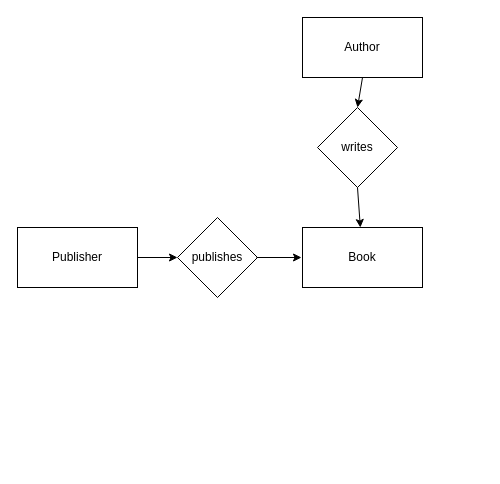
Earlier version of the draw.io diagram page "DB" (2 of 2) of resources/forgottenchapters.drawio (emilykbrown/forbidden-chapters). Source tidied: cells renumbered, new cells numbered last; positions are measured from the earlier drawing's top-left corner, leaving out a move shared by most shapes. Both pictures are drawn from the tidied source at 100%, with x=0, y=0 at pixel (17, 17).
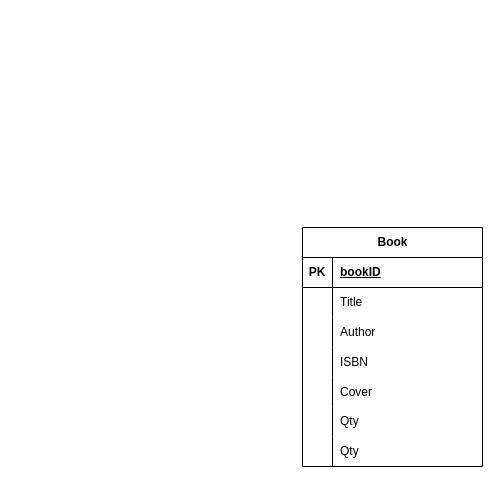
After the change.

What changed in the source:
```diff
@@
-    <mxCell id="2" value="Book" style="whiteSpace=wrap;html=1;" parent="1" vertex="1">
-      <mxGeometry x="285" y="210" width="120" height="60" as="geometry" />
+    <mxCell id="2" value="Book" style="shape=table;startSize=30;childLayout=tableLayout;rowLines=0;fontStyle=1;align=center;html=1;" parent="1" vertex="1">
+      <mxGeometry x="285" y="210" width="180" height="239" as="geometry" />
     </mxCell>
-    <mxCell id="3" value="&lt;div&gt;writes&lt;/div&gt;" style="rhombus;whiteSpace=wrap;html=1;" parent="1" vertex="1">
-      <mxGeometry x="300" y="90" width="80" height="80" as="geometry" />
-    </mxCell>
+    <mxCell id="11" style="shape=tableRow;horizontal=0;startSize=0;swimlaneHead=0;swimlaneBody=0;fillColor=none;top=0;left=0;right=0;bottom=1;" parent="2" vertex="1">
+      <mxGeometry y="30" width="180" height="30" as="geometry" />
+    </mxCell>
+    <mxCell id="12" value="PK" style="shape=partialRectangle;fillColor=none;top=0;left=0;bottom=0;right=0;fontStyle=1;overflow=hidden;whiteSpace=wrap;html=1;" parent="11" vertex="1">
+      <mxGeometry width="30" height="30" as="geometry" />
+    </mxCell>
+    <mxCell id="13" value="bookID" style="shape=partialRectangle;fillColor=none;top=0;left=0;bottom=0;right=0;align=left;spacingLeft=6;fontStyle=5;overflow=hidden;whiteSpace=wrap;html=1;" parent="11" vertex="1">
+      <mxGeometry x="30" width="150" height="30" as="geometry" />
+    </mxCell>
+    <mxCell id="14" style="shape=tableRow;horizontal=0;startSize=0;swimlaneHead=0;swimlaneBody=0;fillColor=none;top=0;left=0;right=0;bottom=0;" parent="2" vertex="1">
+      <mxGeometry y="60" width="180" height="30" as="geometry" />
+    </mxCell>
+    <mxCell id="15" style="shape=partialRectangle;fillColor=none;top=0;left=0;bottom=0;right=0;overflow=hidden;whiteSpace=wrap;html=1;" parent="14" vertex="1">
+      <mxGeometry width="30" height="30" as="geometry" />
+    </mxCell>
+    <mxCell id="16" value="Title" style="shape=partialRectangle;fillColor=none;top=0;left=0;bottom=0;right=0;align=left;spacingLeft=6;overflow=hidden;whiteSpace=wrap;html=1;" parent="14" vertex="1">
+      <mxGeometry x="30" width="150" height="30" as="geometry" />
+    </mxCell>
+    <mxCell id="17" style="shape=tableRow;horizontal=0;startSize=0;swimlaneHead=0;swimlaneBody=0;fillColor=none;top=0;left=0;right=0;bottom=0;" parent="2" vertex="1">
+      <mxGeometry y="90" width="180" height="30" as="geometry" />
+    </mxCell>
+    <mxCell id="18" style="shape=partialRectangle;fillColor=none;top=0;left=0;bottom=0;right=0;overflow=hidden;whiteSpace=wrap;html=1;" parent="17" vertex="1">
+      <mxGeometry width="30" height="30" as="geometry" />
+    </mxCell>
-    <mxCell id="4" value="Author" style="whiteSpace=wrap;html=1;" parent="1" vertex="1">
-      <mxGeometry x="285" width="120" height="60" as="geometry" />
+    <mxCell id="4" value="Author" style="shape=partialRectangle;fillColor=none;top=0;left=0;bottom=0;right=0;align=left;spacingLeft=6;overflow=hidden;whiteSpace=wrap;html=1;" parent="17" vertex="1">
+      <mxGeometry x="30" width="150" height="30" as="geometry" />
     </mxCell>
-    <mxCell id="5" style="endArrow=classic;html=1;rounded=0;exitX=0.5;exitY=1;exitDx=0;exitDy=0;entryX=0.5;entryY=0;entryDx=0;entryDy=0;" parent="1" edge="1" source="4" target="3">
-      <mxGeometry relative="1" as="geometry" />
-    </mxCell>
-    <mxCell id="6" style="endArrow=classic;html=1;rounded=0;exitX=0.5;exitY=1;exitDx=0;exitDy=0;" parent="1" edge="1" source="3" target="2">
-      <mxGeometry relative="1" as="geometry" />
-    </mxCell>
-    <mxCell id="7" value="Publisher" style="whiteSpace=wrap;html=1;" parent="1" vertex="1">
-      <mxGeometry y="210" width="120" height="60" as="geometry" />
-    </mxCell>
-    <mxCell id="8" value="publishes" style="rhombus;whiteSpace=wrap;html=1;" parent="1" vertex="1">
-      <mxGeometry x="160" y="200" width="80" height="80" as="geometry" />
-    </mxCell>
-    <mxCell id="9" style="endArrow=classic;html=1;rounded=0;exitX=1;exitY=0.5;exitDx=0;exitDy=0;entryX=0;entryY=0.5;entryDx=0;entryDy=0;" parent="1" edge="1" source="7" target="8">
-      <mxGeometry relative="1" as="geometry" />
-    </mxCell>
-    <mxCell id="10" style="endArrow=classic;html=1;rounded=0;exitX=1;exitY=0.5;exitDx=0;exitDy=0;entryX=0;entryY=0.5;entryDx=0;entryDy=0;" parent="1" edge="1">
-      <mxGeometry relative="1" as="geometry">
-        <mxPoint x="239" y="240" as="sourcePoint" />
-        <mxPoint x="284" y="240" as="targetPoint" />
-      </mxGeometry>
-    </mxCell>
+    <mxCell id="19" style="shape=tableRow;horizontal=0;startSize=0;swimlaneHead=0;swimlaneBody=0;fillColor=none;top=0;left=0;right=0;bottom=0;" parent="2" vertex="1">
+      <mxGeometry y="120" width="180" height="30" as="geometry" />
+    </mxCell>
+    <mxCell id="20" style="shape=partialRectangle;fillColor=none;top=0;left=0;bottom=0;right=0;overflow=hidden;whiteSpace=wrap;html=1;" parent="19" vertex="1">
+      <mxGeometry width="30" height="30" as="geometry" />
+    </mxCell>
+    <mxCell id="21" value="ISBN" style="shape=partialRectangle;fillColor=none;top=0;left=0;bottom=0;right=0;align=left;spacingLeft=6;overflow=hidden;whiteSpace=wrap;html=1;" parent="19" vertex="1">
+      <mxGeometry x="30" width="150" height="30" as="geometry" />
+    </mxCell>
+    <mxCell id="22" style="shape=tableRow;horizontal=0;startSize=0;swimlaneHead=0;swimlaneBody=0;fillColor=none;top=0;left=0;right=0;bottom=0;" parent="2" vertex="1">
+      <mxGeometry y="150" width="180" height="29" as="geometry" />
+    </mxCell>
+    <mxCell id="23" style="shape=partialRectangle;fillColor=none;top=0;left=0;bottom=0;right=0;overflow=hidden;whiteSpace=wrap;html=1;" parent="22" vertex="1">
+      <mxGeometry width="30" height="29" as="geometry" />
+    </mxCell>
+    <mxCell id="24" value="Cover" style="shape=partialRectangle;fillColor=none;top=0;left=0;bottom=0;right=0;align=left;spacingLeft=6;overflow=hidden;whiteSpace=wrap;html=1;" parent="22" vertex="1">
+      <mxGeometry x="30" width="150" height="29" as="geometry" />
+    </mxCell>
+    <mxCell id="25" style="shape=tableRow;horizontal=0;startSize=0;swimlaneHead=0;swimlaneBody=0;fillColor=none;top=0;left=0;right=0;bottom=0;" parent="2" vertex="1">
+      <mxGeometry y="179" width="180" height="30" as="geometry" />
+    </mxCell>
+    <mxCell id="26" style="shape=partialRectangle;fillColor=none;top=0;left=0;bottom=0;right=0;overflow=hidden;whiteSpace=wrap;html=1;" parent="25" vertex="1">
+      <mxGeometry width="30" height="30" as="geometry" />
+    </mxCell>
+    <mxCell id="27" value="Qty" style="shape=partialRectangle;fillColor=none;top=0;left=0;bottom=0;right=0;align=left;spacingLeft=6;overflow=hidden;whiteSpace=wrap;html=1;" parent="25" vertex="1">
+      <mxGeometry x="30" width="150" height="30" as="geometry" />
+    </mxCell>
+    <mxCell id="28" style="shape=tableRow;horizontal=0;startSize=0;swimlaneHead=0;swimlaneBody=0;fillColor=none;top=0;left=0;right=0;bottom=0;" parent="2" vertex="1">
+      <mxGeometry y="209" width="180" height="30" as="geometry" />
+    </mxCell>
+    <mxCell id="29" style="shape=partialRectangle;fillColor=none;top=0;left=0;bottom=0;right=0;overflow=hidden;whiteSpace=wrap;html=1;" parent="28" vertex="1">
+      <mxGeometry width="30" height="30" as="geometry" />
+    </mxCell>
+    <mxCell id="30" value="Qty" style="shape=partialRectangle;fillColor=none;top=0;left=0;bottom=0;right=0;align=left;spacingLeft=6;overflow=hidden;whiteSpace=wrap;html=1;" parent="28" vertex="1">
+      <mxGeometry x="30" width="150" height="30" as="geometry" />
+    </mxCell>
```
